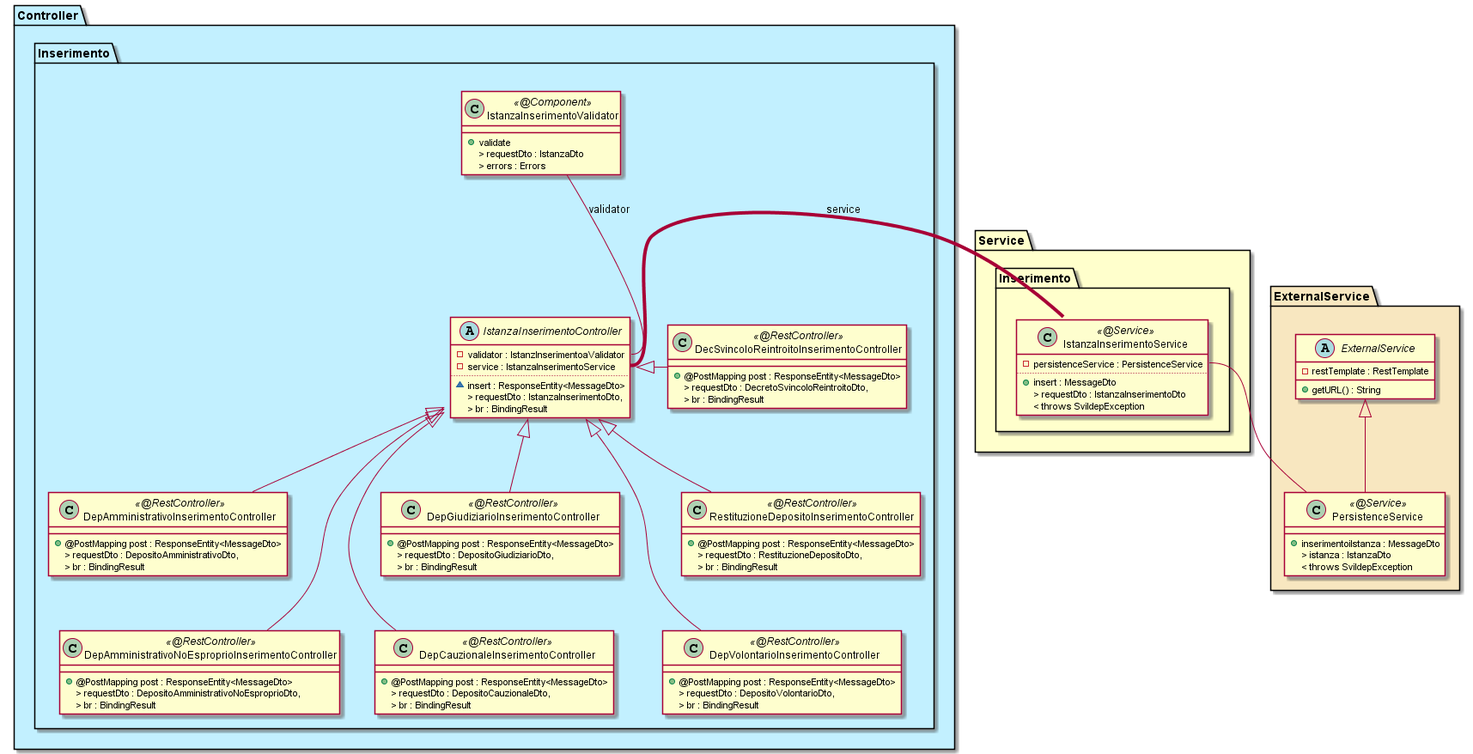
Earlier version of the PlantUML export z-uml/controller-inserimento.png (Tiberio-B/inserimento-istanze-service). The source it was exported from:
```plantuml
@startuml


	package "Controller" as contr #Application {

		package "Inserimento" as insContr {
			abstract class IstanzaInserimentoController {
				- {field} validator : IstanzInserimentoaValidator
				- {field} service : IstanzaInserimentoService
				..
				~ {method} insert : ResponseEntity<MessageDto>
				> {method} requestDto : IstanzaInserimentoDto,
				> {method} br : BindingResult
			}
			class DecSvincoloReintroitoInserimentoController << @RestController >> {
				+ {method} @PostMapping post : ResponseEntity<MessageDto>
				> {method} requestDto : DecretoSvincoloReintroitoDto,
				> {method} br : BindingResult
			}
			class DepAmministrativoInserimentoController << @RestController >> {
				+ {method} @PostMapping post : ResponseEntity<MessageDto>
				> {method} requestDto : DepositoAmministrativoDto,
				> {method} br : BindingResult
			}
			class DepAmministrativoNoEsproprioInserimentoController << @RestController >> {
				+ {method} @PostMapping post : ResponseEntity<MessageDto>
				> {method} requestDto : DepositoAmministrativoNoEsproprioDto,
				> {method} br : BindingResult
			}
	  		class DepCauzionaleInserimentoController << @RestController >> {
				+ {method} @PostMapping post : ResponseEntity<MessageDto>
				> {method} requestDto : DepositoCauzionaleDto,
				> {method} br : BindingResult
			}
			class DepGiudiziarioInserimentoController << @RestController >> {
				+ {method} @PostMapping post : ResponseEntity<MessageDto>
				> {method} requestDto : DepositoGiudiziarioDto,
				> {method} br : BindingResult
			}
			class DepVolontarioInserimentoController << @RestController >> {
				+ {method} @PostMapping post : ResponseEntity<MessageDto>
				> {method} requestDto : DepositoVolontarioDto,
				> {method} br : BindingResult
			}
			class RestituzioneDepositoInserimentoController << @RestController >> {
				+ {method} @PostMapping post : ResponseEntity<MessageDto>
				> {method} requestDto : RestituzioneDepositoDto,
				> {method} br : BindingResult
			}
			class IstanzaInserimentoValidator << @Component >> {
				+ {method} validate
				> {method} requestDto : IstanzaDto
				> {method} errors : Errors
			}

			class DepAmministrativoInserimentoController extends IstanzaInserimentoController
			class DepAmministrativoNoEsproprioInserimentoController extends IstanzaInserimentoController
	  		class DepCauzionaleInserimentoController extends IstanzaInserimentoController
			class DepGiudiziarioInserimentoController extends IstanzaInserimentoController
			class RestituzioneDepositoInserimentoController extends IstanzaInserimentoController
			class DepVolontarioInserimentoController extends IstanzaInserimentoController
			DecSvincoloReintroitoInserimentoController -left-|> IstanzaInserimentoController
		}
	}

	package "Service" as serv #Business {

		package "Inserimento" as insServ {

			class IstanzaInserimentoService << @Service >> {
				- {field} persistenceService : PersistenceService
				..
				+ {method} insert : MessageDto
				> {method} requestDto : IstanzaInserimentoDto
				< {method} throws SvildepException
			}
		}
	}

	package "ExternalService" as zext #Strategy {
		abstract class ExternalService {
			- {field} restTemplate : RestTemplate
			+ {method} getURL() : String
		}

		class PersistenceService << @Service >> extends ExternalService {
			+ {method} inserimentoiIstanza : MessageDto
			> {method} istanza : IstanzaDto
			< {method} throws SvildepException
		}
	}

		IstanzaInserimentoController::service -right[thickness=4]- IstanzaInserimentoService : service
		IstanzaInserimentoController::validator -up- IstanzaInserimentoValidator : validator


		IstanzaInserimentoService::persistenceService -- PersistenceService

		DepGiudiziarioInserimentoController -[hidden]down- DepCauzionaleInserimentoController
		DepAmministrativoInserimentoController -[hidden]down- DepAmministrativoNoEsproprioInserimentoController
		RestituzioneDepositoInserimentoController -[hidden]down- DepVolontarioInserimentoController



@enduml
```
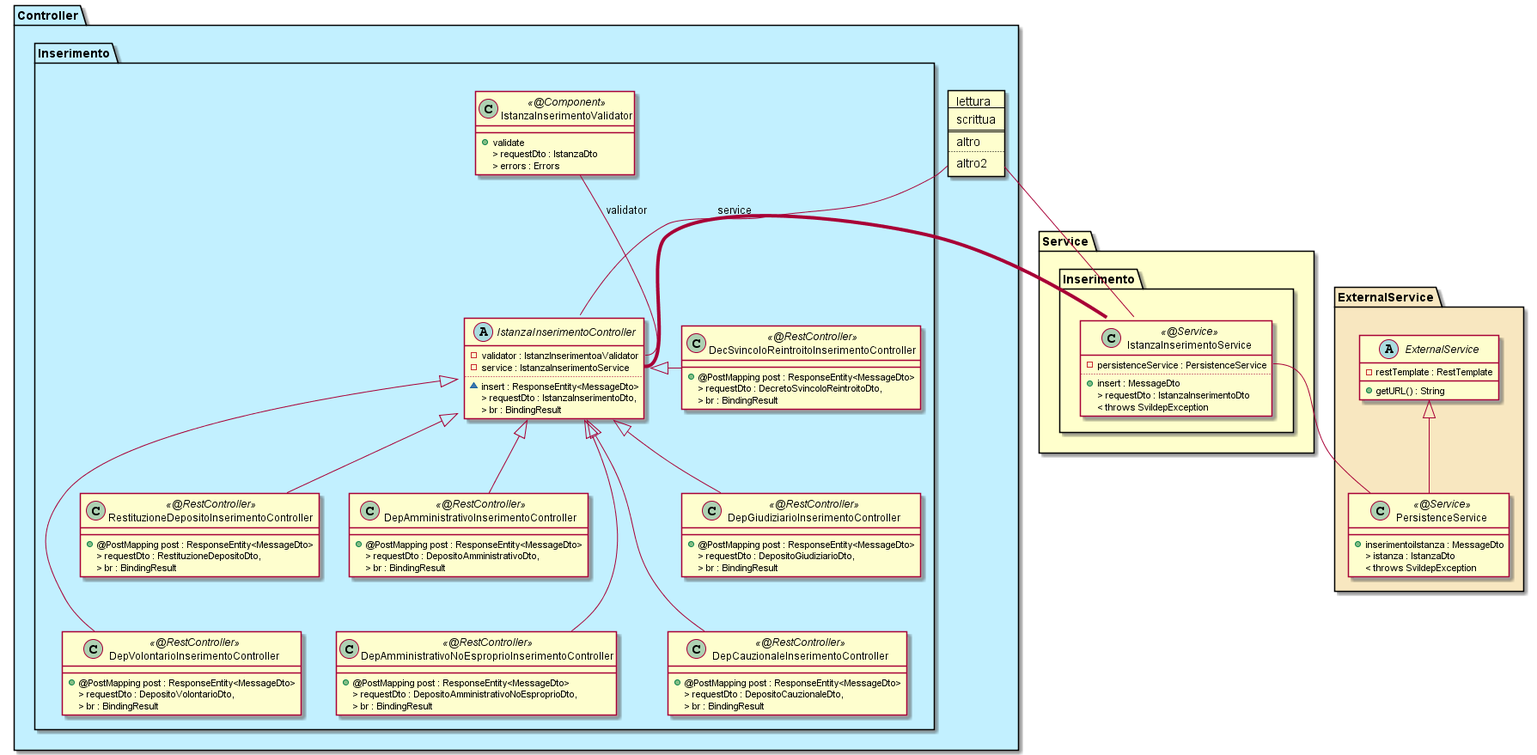
Above is the later version.

Diff of the diagram source:
```diff
@@ -2,6 +2,16 @@
 
 
 	package "Controller" as contr #Application {
+
+		card card [
+lettura
+----
+scrittua
+====
+altro
+....
+altro2
+]
 
 		package "Inserimento" as insContr {
 			abstract class IstanzaInserimentoController {
@@ -89,6 +99,8 @@
 			< {method} throws SvildepException
 		}
 	}
+		card::lettura -- IstanzaInserimentoService
+		card::scrittura -- IstanzaInserimentoController
 
 		IstanzaInserimentoController::service -right[thickness=4]- IstanzaInserimentoService : service
 		IstanzaInserimentoController::validator -up- IstanzaInserimentoValidator : validator
```
